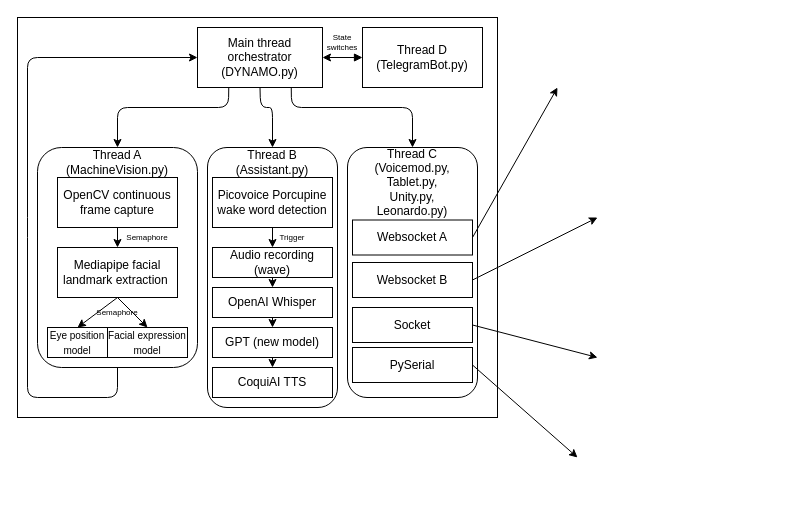
Earlier version of the draw.io diagram Software.drawio (MekhyW/DYNAMO-Electronic_Fursuit-2.0). Source tidied: cells renumbered, new cells numbered last; positions are measured from the earlier drawing's top-left corner, leaving out a move shared by most shapes. Both pictures are drawn from the tidied source at 100%, with x=0, y=0 at pixel (17, 17).
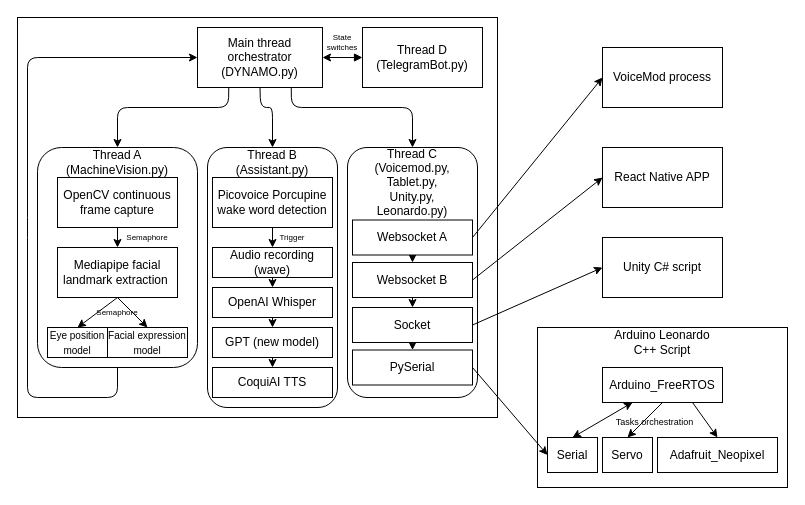
The same page after the edit.

The change refers to these unchanged cells:
```xml
<mxCell id="37" value="Websocket A" style="rounded=0;whiteSpace=wrap;html=1;fontSize=12;" parent="1" vertex="1">
  <mxGeometry x="335" y="202.5" width="120" height="35" as="geometry" />
</mxCell>
<mxCell id="39" value="Websocket B" style="rounded=0;whiteSpace=wrap;html=1;fontSize=12;" parent="1" vertex="1">
  <mxGeometry x="335" y="245" width="120" height="35" as="geometry" />
</mxCell>
<mxCell id="41" value="Socket" style="rounded=0;whiteSpace=wrap;html=1;fontSize=12;" parent="1" vertex="1">
  <mxGeometry x="335" y="290" width="120" height="35" as="geometry" />
</mxCell>
```

The edit, as a diff of the source:
```diff
@@
-    <mxCell id="36" style="edgeStyle=none;html=1;exitX=1;exitY=0.5;exitDx=0;exitDy=0;" parent="1" edge="1" source="37">
-      <mxGeometry relative="1" as="geometry">
-        <mxPoint x="540" y="70" as="targetPoint" />
-      </mxGeometry>
+    <mxCell id="36" style="edgeStyle=none;html=1;exitX=1;exitY=0.5;exitDx=0;exitDy=0;entryX=0;entryY=0.5;entryDx=0;entryDy=0;" parent="1" edge="1" source="37" target="47">
+      <mxGeometry relative="1" as="geometry" />
     </mxCell>
+    <mxCell id="44" style="edgeStyle=none;html=1;exitX=0.5;exitY=1;exitDx=0;exitDy=0;entryX=0.5;entryY=0;entryDx=0;entryDy=0;fontSize=8;" parent="1" edge="1" source="37" target="39">
+      <mxGeometry relative="1" as="geometry" />
+    </mxCell>
@@
-    <mxCell id="38" style="edgeStyle=none;html=1;exitX=1;exitY=0.5;exitDx=0;exitDy=0;" parent="1" edge="1" source="39">
-      <mxGeometry relative="1" as="geometry">
-        <mxPoint x="580" y="200" as="targetPoint" />
-      </mxGeometry>
+    <mxCell id="38" style="edgeStyle=none;html=1;exitX=1;exitY=0.5;exitDx=0;exitDy=0;entryX=0;entryY=0.5;entryDx=0;entryDy=0;" parent="1" edge="1" source="39" target="48">
+      <mxGeometry relative="1" as="geometry" />
     </mxCell>
+    <mxCell id="45" style="edgeStyle=none;html=1;exitX=0.5;exitY=1;exitDx=0;exitDy=0;entryX=0.5;entryY=0;entryDx=0;entryDy=0;fontSize=8;" parent="1" edge="1" source="39" target="41">
+      <mxGeometry relative="1" as="geometry" />
+    </mxCell>
@@
-    <mxCell id="40" style="edgeStyle=none;html=1;exitX=1;exitY=0.5;exitDx=0;exitDy=0;" parent="1" edge="1" source="41">
-      <mxGeometry relative="1" as="geometry">
-        <mxPoint x="580" y="340" as="targetPoint" />
-      </mxGeometry>
+    <mxCell id="40" style="edgeStyle=none;html=1;exitX=1;exitY=0.5;exitDx=0;exitDy=0;entryX=0;entryY=0.5;entryDx=0;entryDy=0;" parent="1" edge="1" source="41" target="49">
+      <mxGeometry relative="1" as="geometry" />
     </mxCell>
+    <mxCell id="46" style="edgeStyle=none;html=1;exitX=0.5;exitY=1;exitDx=0;exitDy=0;entryX=0.5;entryY=0;entryDx=0;entryDy=0;fontSize=8;" parent="1" edge="1" source="41" target="43">
+      <mxGeometry relative="1" as="geometry" />
+    </mxCell>
@@
+    <mxCell id="43" value="PySerial" style="rounded=0;whiteSpace=wrap;html=1;fontSize=12;" parent="1" vertex="1">
+      <mxGeometry x="335" y="332.5" width="120" height="35" as="geometry" />
+    </mxCell>
+    <mxCell id="47" value="&lt;font style=&quot;font-size: 12px;&quot;&gt;VoiceMod process&lt;/font&gt;" style="rounded=0;whiteSpace=wrap;html=1;" parent="1" vertex="1">
+      <mxGeometry x="585" y="30" width="120" height="60" as="geometry" />
+    </mxCell>
+    <mxCell id="48" value="React Native APP" style="rounded=0;whiteSpace=wrap;html=1;" parent="1" vertex="1">
+      <mxGeometry x="585" y="130" width="120" height="60" as="geometry" />
+    </mxCell>
+    <mxCell id="49" value="Unity C# script" style="rounded=0;whiteSpace=wrap;html=1;" parent="1" vertex="1">
+      <mxGeometry x="585" y="220" width="120" height="60" as="geometry" />
+    </mxCell>
+    <mxCell id="50" style="rounded=0;whiteSpace=wrap;html=1;" parent="1" vertex="1">
+      <mxGeometry x="520" y="310" width="250" height="160" as="geometry" />
+    </mxCell>
+    <mxCell id="51" value="&lt;font style=&quot;font-size: 12px;&quot;&gt;Arduino Leonardo C++ Script&lt;/font&gt;" style="text;html=1;strokeColor=none;fillColor=none;align=center;verticalAlign=middle;whiteSpace=wrap;rounded=0;fontSize=8;" parent="1" vertex="1">
+      <mxGeometry x="595" y="310" width="100" height="30" as="geometry" />
+    </mxCell>
+    <mxCell id="52" style="edgeStyle=none;html=1;exitX=0.5;exitY=1;exitDx=0;exitDy=0;entryX=0.5;entryY=0;entryDx=0;entryDy=0;fontSize=12;" parent="1" edge="1" source="54" target="56">
+      <mxGeometry relative="1" as="geometry" />
+    </mxCell>
+    <mxCell id="53" style="edgeStyle=none;html=1;exitX=0.75;exitY=1;exitDx=0;exitDy=0;entryX=0.5;entryY=0;entryDx=0;entryDy=0;fontSize=12;" parent="1" edge="1" source="54" target="57">
+      <mxGeometry relative="1" as="geometry" />
+    </mxCell>
+    <mxCell id="54" value="Arduino_FreeRTOS" style="rounded=0;whiteSpace=wrap;html=1;fontSize=12;" parent="1" vertex="1">
+      <mxGeometry x="585" y="350" width="120" height="35" as="geometry" />
+    </mxCell>
+    <mxCell id="55" value="Serial" style="rounded=0;whiteSpace=wrap;html=1;fontSize=12;" parent="1" vertex="1">
+      <mxGeometry x="530" y="420" width="50" height="35" as="geometry" />
+    </mxCell>
+    <mxCell id="56" value="Servo" style="rounded=0;whiteSpace=wrap;html=1;fontSize=12;" parent="1" vertex="1">
+      <mxGeometry x="585" y="420" width="50" height="35" as="geometry" />
+    </mxCell>
+    <mxCell id="57" value="Adafruit_Neopixel" style="rounded=0;whiteSpace=wrap;html=1;fontSize=12;" parent="1" vertex="1">
+      <mxGeometry x="640" y="420" width="120" height="35" as="geometry" />
+    </mxCell>
+    <mxCell id="58" style="endArrow=classic;startArrow=classic;html=1;fontSize=12;entryX=0.25;entryY=1;entryDx=0;entryDy=0;exitX=0.5;exitY=0;exitDx=0;exitDy=0;" parent="1" edge="1" source="55" target="54">
+      <mxGeometry relative="1" as="geometry" />
+    </mxCell>
+    <mxCell id="59" value="&lt;font style=&quot;font-size: 9px;&quot;&gt;Tasks orchestration&lt;/font&gt;" style="text;html=1;strokeColor=none;fillColor=none;align=center;verticalAlign=middle;whiteSpace=wrap;rounded=0;fontSize=4;" parent="1" vertex="1">
+      <mxGeometry x="595" y="390" width="85" height="30" as="geometry" />
+    </mxCell>
-    <mxCell id="42" style="edgeStyle=none;html=1;exitX=1;exitY=0.5;exitDx=0;exitDy=0;" parent="1" edge="1" source="43">
-      <mxGeometry relative="1" as="geometry">
-        <mxPoint x="560" y="440" as="targetPoint" />
-      </mxGeometry>
+    <mxCell id="42" style="edgeStyle=none;html=1;exitX=1;exitY=0.5;exitDx=0;exitDy=0;entryX=0;entryY=0.5;entryDx=0;entryDy=0;" parent="1" edge="1" source="43" target="55">
+      <mxGeometry relative="1" as="geometry" />
     </mxCell>
-    <mxCell id="43" value="PySerial" style="rounded=0;whiteSpace=wrap;html=1;fontSize=12;" parent="1" vertex="1">
-      <mxGeometry x="335" y="330" width="120" height="35" as="geometry" />
-    </mxCell>
```
